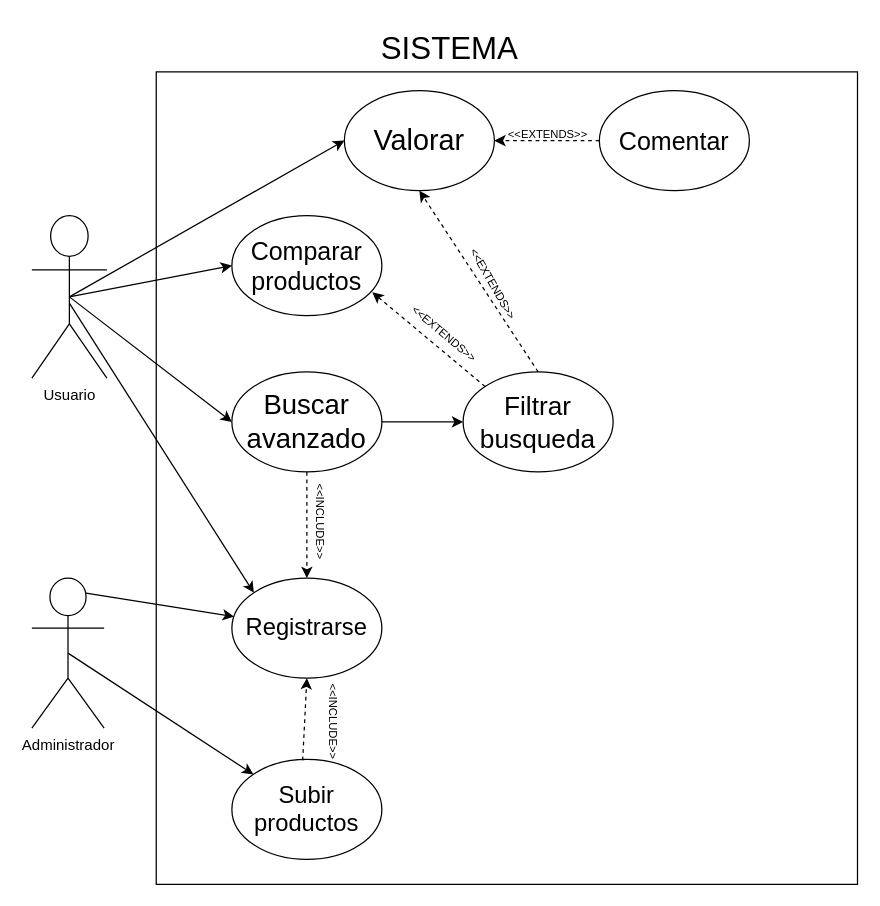
Earlier version of the draw.io diagram proyectoComparador1.drawio (guillerman2001/draw). Source tidied: cells renumbered, new cells numbered last; positions are measured from the earlier drawing's top-left corner, leaving out a move shared by most shapes. Both pictures are drawn from the tidied source at 125%, with x=0, y=0 at pixel (31, 21).
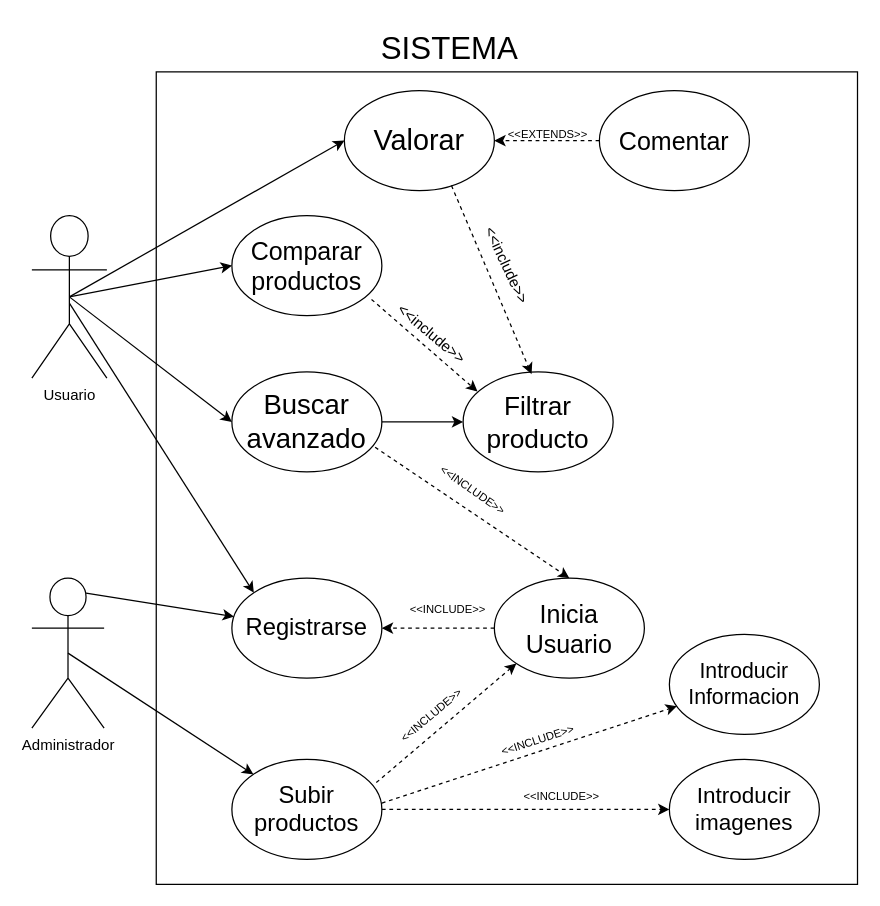
The same diagram, later.

Unchanged cells that the change refers to:
```xml
<mxCell id="6" value="Registrarse" style="ellipse;whiteSpace=wrap;html=1;fontSize=19;" parent="1" vertex="1">
  <mxGeometry x="160" y="445" width="120" height="80" as="geometry" />
</mxCell>
<mxCell id="7" value="Subir productos" style="ellipse;whiteSpace=wrap;html=1;fontSize=19;" parent="1" vertex="1">
  <mxGeometry x="160" y="590" width="120" height="80" as="geometry" />
</mxCell>
<mxCell id="8" value="Comparar productos" style="ellipse;whiteSpace=wrap;html=1;fontSize=20;" parent="1" vertex="1">
  <mxGeometry x="160" y="155" width="120" height="80" as="geometry" />
</mxCell>
<mxCell id="11" value="Buscar avanzado" style="ellipse;whiteSpace=wrap;html=1;fontSize=22;" parent="1" vertex="1">
  <mxGeometry x="160" y="280" width="120" height="80" as="geometry" />
</mxCell>
<mxCell id="14" value="Valorar" style="ellipse;whiteSpace=wrap;html=1;fontSize=23;" parent="1" vertex="1">
  <mxGeometry x="250" y="55" width="120" height="80" as="geometry" />
</mxCell>
```

Change to the diagram source:
```diff
@@
-    <mxCell id="9" value="Filtrar busqueda" style="ellipse;whiteSpace=wrap;html=1;fontSize=21;" parent="1" vertex="1">
+    <mxCell id="9" value="Filtrar producto" style="ellipse;whiteSpace=wrap;html=1;fontSize=21;" parent="1" vertex="1">
       <mxGeometry x="345" y="280" width="120" height="80" as="geometry" />
     </mxCell>
-    <mxCell id="10" style="edgeStyle=orthogonalEdgeStyle;rounded=0;jettySize=auto;html=1;exitX=0.5;exitY=1;exitDx=0;exitDy=0;dashed=1;" parent="1" edge="1" source="11" target="6">
-      <mxGeometry relative="1" as="geometry" />
-    </mxCell>
@@
-    <mxCell id="18" value="&amp;lt;&amp;lt;INCLUDE&amp;gt;&amp;gt;" style="text;html=1;align=center;verticalAlign=middle;whiteSpace=wrap;rounded=0;fontSize=9;rotation=90;" parent="1" vertex="1">
-      <mxGeometry x="211" y="545" width="60" height="30" as="geometry" />
+    <mxCell id="18" value="&amp;lt;&amp;lt;INCLUDE&amp;gt;&amp;gt;" style="text;html=1;align=center;verticalAlign=middle;whiteSpace=wrap;rounded=0;fontSize=9;rotation=-40;" parent="1" vertex="1">
+      <mxGeometry x="290" y="540" width="60" height="30" as="geometry" />
     </mxCell>
-    <mxCell id="19" style="endArrow=classic;html=1;rounded=0;exitX=0.472;exitY=0.01;exitDx=0;exitDy=0;exitPerimeter=0;entryX=0.5;entryY=1;entryDx=0;entryDy=0;dashed=1;" parent="1" edge="1" source="7" target="6">
-      <mxGeometry relative="1" as="geometry" />
-    </mxCell>
@@
-    <mxCell id="21" value="&amp;lt;&amp;lt;INCLUDE&amp;gt;&amp;gt;" style="text;html=1;align=center;verticalAlign=middle;whiteSpace=wrap;rounded=0;fontSize=9;rotation=90;" parent="1" vertex="1">
-      <mxGeometry x="201" y="385" width="60" height="30" as="geometry" />
+    <mxCell id="21" value="&amp;lt;&amp;lt;INCLUDE&amp;gt;&amp;gt;" style="text;html=1;align=center;verticalAlign=middle;whiteSpace=wrap;rounded=0;fontSize=9;rotation=35;" parent="1" vertex="1">
+      <mxGeometry x="323" y="360" width="60" height="30" as="geometry" />
     </mxCell>
@@
-    <mxCell id="24" value="&amp;lt;&amp;lt;EXTENDS&amp;gt;&amp;gt;" style="text;html=1;align=center;verticalAlign=middle;whiteSpace=wrap;rounded=0;fontSize=9;rotation=40;" parent="1" vertex="1">
-      <mxGeometry x="300" y="235" width="60" height="30" as="geometry" />
+    <mxCell id="24" value="&amp;lt;&amp;lt;include&amp;gt;&amp;gt;" style="text;html=1;align=center;verticalAlign=middle;whiteSpace=wrap;rounded=0;fontSize=12;rotation=40;" parent="1" vertex="1">
+      <mxGeometry x="290" y="235" width="60" height="30" as="geometry" />
     </mxCell>
-    <mxCell id="25" style="endArrow=classic;html=1;rounded=0;exitX=0;exitY=0;exitDx=0;exitDy=0;entryX=0.936;entryY=0.766;entryDx=0;entryDy=0;entryPerimeter=0;dashed=1;" parent="1" edge="1" source="9" target="8">
+    <mxCell id="25" style="endArrow=classic;html=1;rounded=0;exitX=0.931;exitY=0.838;exitDx=0;exitDy=0;dashed=1;entryX=0.096;entryY=0.197;entryDx=0;entryDy=0;exitPerimeter=0;entryPerimeter=0;" parent="1" edge="1" source="8" target="9">
       <mxGeometry relative="1" as="geometry" />
     </mxCell>
@@
-    <mxCell id="28" style="endArrow=classic;html=1;rounded=0;exitX=0.5;exitY=0;exitDx=0;exitDy=0;entryX=0.5;entryY=1;entryDx=0;entryDy=0;dashed=1;" parent="1" edge="1" source="9" target="14">
+    <mxCell id="28" style="endArrow=classic;html=1;rounded=0;exitX=0.714;exitY=0.949;exitDx=0;exitDy=0;entryX=0.456;entryY=0.023;entryDx=0;entryDy=0;dashed=1;entryPerimeter=0;exitPerimeter=0;" parent="1" edge="1" source="14" target="9">
       <mxGeometry relative="1" as="geometry" />
     </mxCell>
-    <mxCell id="29" value="&amp;lt;&amp;lt;EXTENDS&amp;gt;&amp;gt;" style="text;html=1;align=center;verticalAlign=middle;whiteSpace=wrap;rounded=0;fontSize=9;rotation=60;" parent="1" vertex="1">
-      <mxGeometry x="339" y="195" width="60" height="30" as="geometry" />
-    </mxCell>
+    <mxCell id="30" style="edgeStyle=orthogonalEdgeStyle;rounded=0;jettySize=auto;html=1;entryX=1;entryY=0.5;entryDx=0;entryDy=0;dashed=1;" parent="1" edge="1" source="31" target="6">
+      <mxGeometry relative="1" as="geometry" />
+    </mxCell>
+    <mxCell id="31" value="Inicia Usuario" style="ellipse;whiteSpace=wrap;html=1;fontSize=20;" parent="1" vertex="1">
+      <mxGeometry x="370" y="445" width="120" height="80" as="geometry" />
+    </mxCell>
+    <mxCell id="32" style="endArrow=classic;html=1;rounded=0;exitX=0.955;exitY=0.754;exitDx=0;exitDy=0;entryX=0.5;entryY=0;entryDx=0;entryDy=0;dashed=1;exitPerimeter=0;" parent="1" edge="1" source="11" target="31">
+      <mxGeometry relative="1" as="geometry" />
+    </mxCell>
+    <mxCell id="33" style="endArrow=classic;html=1;rounded=0;exitX=0.963;exitY=0.232;exitDx=0;exitDy=0;exitPerimeter=0;entryX=0;entryY=1;entryDx=0;entryDy=0;dashed=1;" parent="1" edge="1" source="7" target="31">
+      <mxGeometry relative="1" as="geometry" />
+    </mxCell>
+    <mxCell id="34" value="&amp;lt;&amp;lt;INCLUDE&amp;gt;&amp;gt;" style="text;html=1;align=center;verticalAlign=middle;whiteSpace=wrap;rounded=0;fontSize=9;rotation=0;" parent="1" vertex="1">
+      <mxGeometry x="303" y="455" width="60" height="30" as="geometry" />
+    </mxCell>
+    <mxCell id="35" value="&amp;lt;&amp;lt;include&amp;gt;&amp;gt;" style="text;html=1;align=center;verticalAlign=middle;whiteSpace=wrap;rounded=0;fontSize=12;rotation=65;" parent="1" vertex="1">
+      <mxGeometry x="350" y="180" width="60" height="30" as="geometry" />
+    </mxCell>
+    <mxCell id="36" value="Introducir Informacion" style="ellipse;whiteSpace=wrap;html=1;fontSize=17;" parent="1" vertex="1">
+      <mxGeometry x="510" y="490" width="120" height="80" as="geometry" />
+    </mxCell>
+    <mxCell id="37" value="Introducir imagenes" style="ellipse;whiteSpace=wrap;html=1;fontSize=18;" parent="1" vertex="1">
+      <mxGeometry x="510" y="590" width="120" height="80" as="geometry" />
+    </mxCell>
+    <mxCell id="38" style="endArrow=classic;html=1;rounded=0;exitX=1;exitY=0.437;exitDx=0;exitDy=0;exitPerimeter=0;dashed=1;" parent="1" edge="1" source="7" target="36">
+      <mxGeometry relative="1" as="geometry" />
+    </mxCell>
+    <mxCell id="39" style="endArrow=classic;html=1;rounded=0;entryX=0;entryY=0.5;entryDx=0;entryDy=0;exitX=1;exitY=0.5;exitDx=0;exitDy=0;dashed=1;" parent="1" edge="1" source="7" target="37">
+      <mxGeometry relative="1" as="geometry" />
+    </mxCell>
+    <mxCell id="40" value="&amp;lt;&amp;lt;INCLUDE&amp;gt;&amp;gt;" style="text;html=1;align=center;verticalAlign=middle;whiteSpace=wrap;rounded=0;fontSize=9;rotation=342;" parent="1" vertex="1">
+      <mxGeometry x="375" y="560" width="60" height="30" as="geometry" />
+    </mxCell>
+    <mxCell id="41" value="&amp;lt;&amp;lt;INCLUDE&amp;gt;&amp;gt;" style="text;html=1;align=center;verticalAlign=middle;whiteSpace=wrap;rounded=0;fontSize=9;rotation=0;" parent="1" vertex="1">
+      <mxGeometry x="394" y="605" width="60" height="30" as="geometry" />
+    </mxCell>
```
